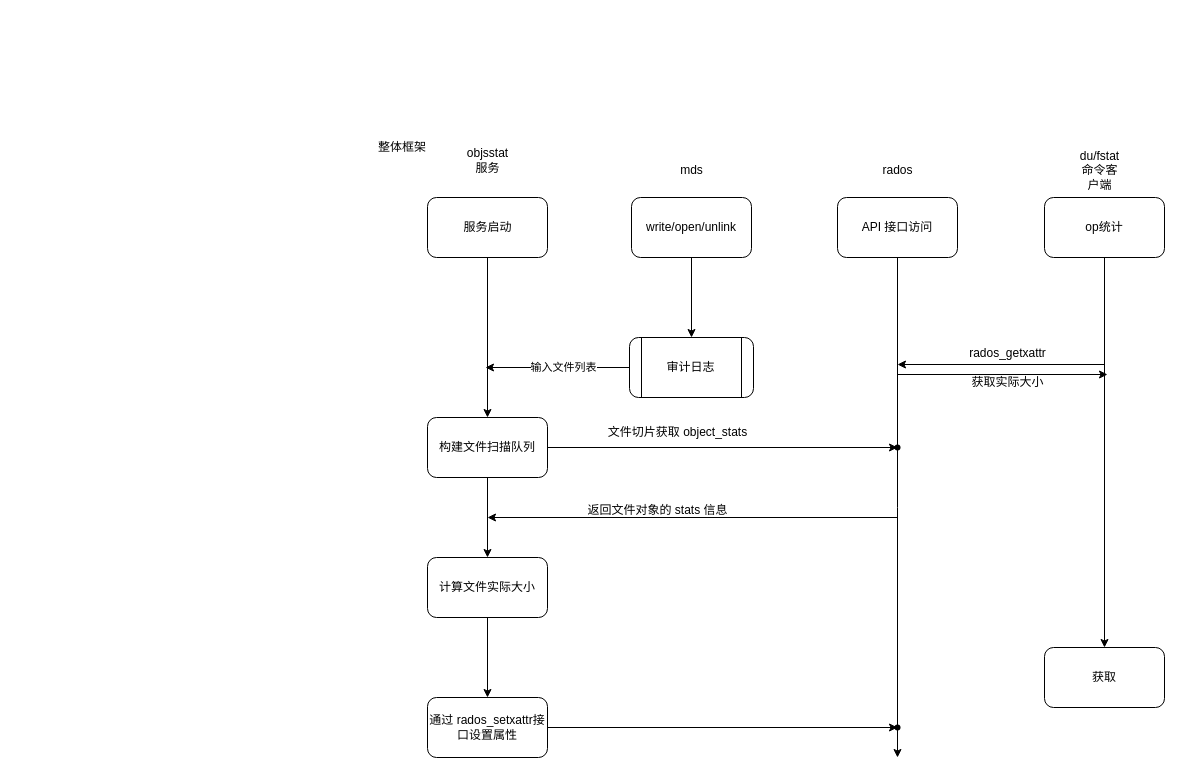
The draw.io diagram doc/cephfs/xishu.drawio in WeddySong/ceph, before the edit. Source tidied: cells renumbered, new cells numbered last; positions are measured from the earlier drawing's top-left corner, leaving out a move shared by most shapes. Both pictures are drawn from the tidied source at 100%, with x=0, y=0 at pixel (367, 127).
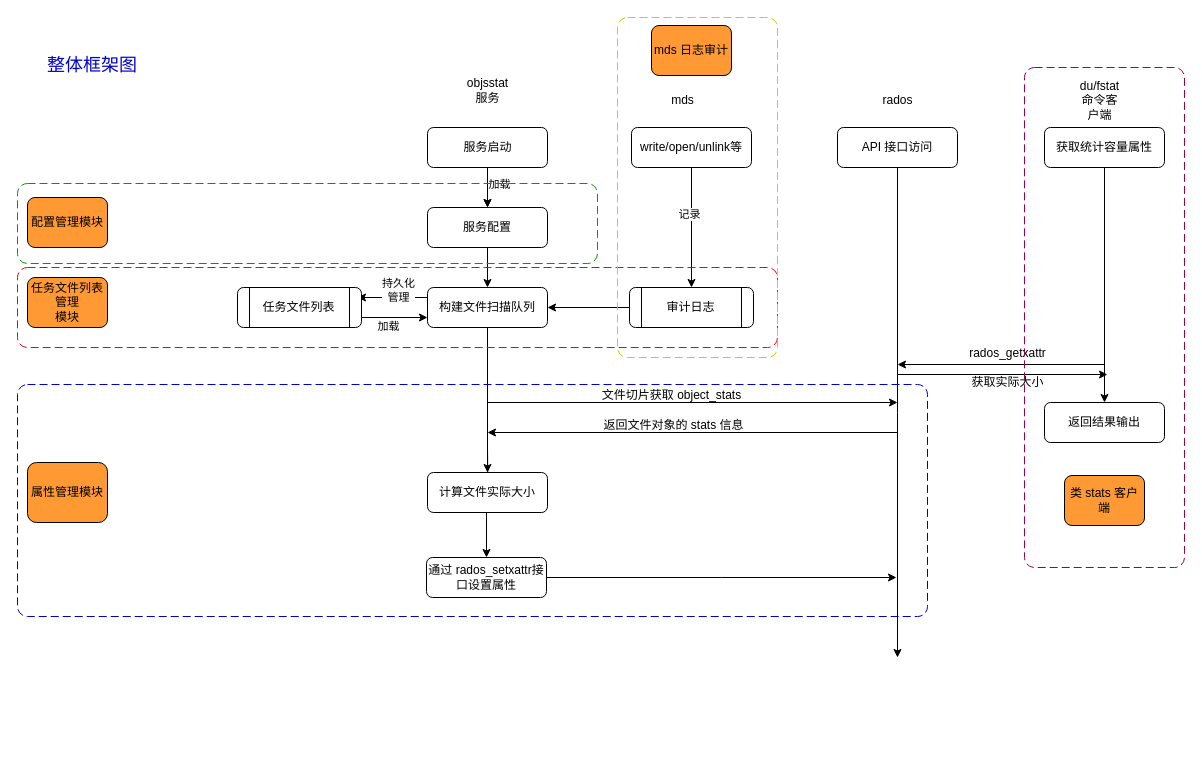
The same page after the edit.

Unchanged cells that the change refers to:
```xml
<mxCell id="7" style="edgeStyle=orthogonalEdgeStyle;rounded=0;jettySize=auto;html=1;" parent="1" edge="1" source="8" target="13">
  <mxGeometry relative="1" as="geometry" />
</mxCell>
```

What changed in the source:
```diff
@@
-    <mxCell id="3" value="op统计" style="rounded=1;whiteSpace=wrap;html=1;" parent="1" vertex="1">
-      <mxGeometry x="677" y="70" width="120" height="60" as="geometry" />
+    <mxCell id="3" value="获取统计容量属性" style="rounded=1;whiteSpace=wrap;html=1;" parent="1" vertex="1">
+      <mxGeometry x="677" width="120" height="40" as="geometry" />
     </mxCell>
-    <mxCell id="4" value="整体框架" style="text;html=1;align=center;verticalAlign=middle;whiteSpace=wrap;rounded=0;" parent="1" vertex="1">
-      <mxGeometry width="70" height="40" as="geometry" />
+    <mxCell id="4" value="&lt;font color=&quot;#0000cc&quot; style=&quot;font-size: 18px;&quot;&gt;整体框架图&lt;/font&gt;" style="text;html=1;align=center;verticalAlign=middle;whiteSpace=wrap;rounded=0;" parent="1" vertex="1">
+      <mxGeometry x="-350" y="-82" width="150" height="40" as="geometry" />
     </mxCell>
     <mxCell id="5" style="edgeStyle=orthogonalEdgeStyle;rounded=0;jettySize=auto;html=1;" parent="1" edge="1" source="6">
       <mxGeometry relative="1" as="geometry">
-        <mxPoint x="530" y="630" as="targetPoint" />
+        <mxPoint x="530" y="530" as="targetPoint" />
       </mxGeometry>
     </mxCell>
     <mxCell id="6" value="API 接口访问" style="rounded=1;whiteSpace=wrap;html=1;" parent="1" vertex="1">
-      <mxGeometry x="470" y="70" width="120" height="60" as="geometry" />
+      <mxGeometry x="470" width="120" height="40" as="geometry" />
     </mxCell>
@@
+    <mxCell id="35" value="记录" style="edgeLabel;html=1;align=center;verticalAlign=middle;" parent="7" vertex="1">
+      <mxGeometry x="-0.23" y="-3" relative="1" as="geometry" />
+    </mxCell>
-    <mxCell id="8" value="write/open/unlink" style="rounded=1;whiteSpace=wrap;html=1;" parent="1" vertex="1">
-      <mxGeometry x="264" y="70" width="120" height="60" as="geometry" />
+    <mxCell id="8" value="write/open/unlink等" style="rounded=1;whiteSpace=wrap;html=1;" parent="1" vertex="1">
+      <mxGeometry x="264" width="120" height="40" as="geometry" />
     </mxCell>
-    <mxCell id="9" style="edgeStyle=orthogonalEdgeStyle;rounded=0;jettySize=auto;html=1;" parent="1" edge="1" source="10" target="16">
+    <mxCell id="9" style="edgeStyle=orthogonalEdgeStyle;rounded=0;jettySize=auto;html=1;" parent="1" edge="1" source="46" target="16">
       <mxGeometry relative="1" as="geometry" />
     </mxCell>
+    <mxCell id="36" style="edgeStyle=orthogonalEdgeStyle;rounded=0;jettySize=auto;html=1;" parent="1" edge="1" source="10" target="46">
+      <mxGeometry relative="1" as="geometry" />
+    </mxCell>
+    <mxCell id="37" value="加载" style="edgeLabel;html=1;align=center;verticalAlign=middle;" parent="36" vertex="1">
+      <mxGeometry x="-0.3" y="4" relative="1" as="geometry">
+        <mxPoint x="7" y="2" as="offset" />
+      </mxGeometry>
+    </mxCell>
     <mxCell id="10" style="rounded=1;whiteSpace=wrap;html=1;" parent="1" vertex="1">
-      <mxGeometry x="60" y="70" width="120" height="60" as="geometry" />
+      <mxGeometry x="60" width="120" height="40" as="geometry" />
     </mxCell>
-    <mxCell id="11" style="edgeStyle=orthogonalEdgeStyle;rounded=0;jettySize=auto;html=1;" parent="1" edge="1" source="13">
-      <mxGeometry relative="1" as="geometry">
-        <mxPoint x="118" y="240" as="targetPoint" />
-      </mxGeometry>
-    </mxCell>
-    <mxCell id="12" value="输入文件列表" style="edgeLabel;html=1;align=center;verticalAlign=middle;" parent="11" vertex="1">
-      <mxGeometry x="-0.07" y="-1" relative="1" as="geometry" />
-    </mxCell>
+    <mxCell id="38" style="edgeStyle=orthogonalEdgeStyle;rounded=0;jettySize=auto;html=1;" parent="1" edge="1" source="13" target="16">
+      <mxGeometry relative="1" as="geometry" />
+    </mxCell>
     <mxCell id="13" value="审计日志" style="shape=process;whiteSpace=wrap;html=1;backgroundOutline=1;rounded=1;" parent="1" vertex="1">
-      <mxGeometry x="262" y="210" width="124" height="60" as="geometry" />
+      <mxGeometry x="262" y="160" width="124" height="40" as="geometry" />
     </mxCell>
-    <mxCell id="14" style="edgeStyle=orthogonalEdgeStyle;rounded=0;jettySize=auto;html=1;" parent="1" edge="1" source="16" target="18">
-      <mxGeometry relative="1" as="geometry" />
-    </mxCell>
-    <mxCell id="15" style="edgeStyle=orthogonalEdgeStyle;rounded=0;jettySize=auto;html=1;" parent="1" edge="1" source="16" target="21">
+    <mxCell id="15" style="edgeStyle=orthogonalEdgeStyle;rounded=0;jettySize=auto;html=1;entryX=0.5;entryY=0;entryDx=0;entryDy=0;" parent="1" edge="1" source="16" target="21">
       <mxGeometry relative="1" as="geometry" />
     </mxCell>
     <mxCell id="16" value="构建文件扫描队列" style="whiteSpace=wrap;html=1;rounded=1;" parent="1" vertex="1">
-      <mxGeometry x="60" y="290" width="120" height="60" as="geometry" />
+      <mxGeometry x="60" y="160" width="120" height="40" as="geometry" />
     </mxCell>
     <mxCell id="17" value="服务启动" style="text;html=1;align=center;verticalAlign=middle;strokeColor=none;fillColor=none;" parent="1" vertex="1">
-      <mxGeometry x="85" y="85" width="70" height="30" as="geometry" />
+      <mxGeometry x="85" y="5" width="70" height="30" as="geometry" />
     </mxCell>
-    <mxCell id="18" style="shape=waypoint;sketch=0;size=6;points=[];fillColor=default;perimeter=centerPerimeter;snapToPoint=1;rounded=1;" parent="1" vertex="1">
-      <mxGeometry x="520" y="310" width="20" height="20" as="geometry" />
-    </mxCell>
     <mxCell id="19" value="文件切片获取 object_stats" style="text;html=1;align=center;verticalAlign=middle;strokeColor=none;fillColor=none;" parent="1" vertex="1">
-      <mxGeometry x="230" y="290" width="160" height="30" as="geometry" />
+      <mxGeometry x="224" y="253" width="160" height="30" as="geometry" />
     </mxCell>
-    <mxCell id="20" style="edgeStyle=orthogonalEdgeStyle;rounded=0;jettySize=auto;html=1;" parent="1" edge="1" source="21" target="25">
-      <mxGeometry relative="1" as="geometry" />
+    <mxCell id="20" style="edgeStyle=orthogonalEdgeStyle;rounded=0;jettySize=auto;html=1;" parent="1" edge="1" target="25">
+      <mxGeometry relative="1" as="geometry">
+        <mxPoint x="120" y="320" as="sourcePoint" />
+      </mxGeometry>
     </mxCell>
     <mxCell id="21" value="计算文件实际大小" style="whiteSpace=wrap;html=1;rounded=1;" parent="1" vertex="1">
-      <mxGeometry x="60" y="430" width="120" height="60" as="geometry" />
+      <mxGeometry x="60" y="345" width="120" height="40" as="geometry" />
     </mxCell>
     <mxCell id="22" style="endArrow=classic;html=1;rounded=0;" parent="1" edge="1">
       <mxGeometry relative="1" as="geometry">
-        <mxPoint x="530" y="390" as="sourcePoint" />
-        <mxPoint x="120" y="390" as="targetPoint" />
+        <mxPoint x="530" y="305" as="sourcePoint" />
+        <mxPoint x="120" y="305" as="targetPoint" />
       </mxGeometry>
     </mxCell>
     <mxCell id="23" value="返回文件对象的 stats 信息" style="text;html=1;align=center;verticalAlign=middle;strokeColor=none;fillColor=none;" parent="1" vertex="1">
-      <mxGeometry x="210" y="368" width="160" height="30" as="geometry" />
+      <mxGeometry x="226" y="283" width="160" height="30" as="geometry" />
     </mxCell>
-    <mxCell id="24" style="edgeStyle=orthogonalEdgeStyle;rounded=0;jettySize=auto;html=1;" parent="1" edge="1" source="25" target="26">
-      <mxGeometry relative="1" as="geometry" />
+    <mxCell id="24" style="edgeStyle=orthogonalEdgeStyle;rounded=0;jettySize=auto;html=1;" parent="1" edge="1" source="25">
+      <mxGeometry relative="1" as="geometry">
+        <mxPoint x="529" y="450" as="targetPoint" />
+      </mxGeometry>
     </mxCell>
     <mxCell id="25" value="通过 rados_setxattr接口设置属性" style="whiteSpace=wrap;html=1;rounded=1;" parent="1" vertex="1">
-      <mxGeometry x="60" y="570" width="120" height="60" as="geometry" />
+      <mxGeometry x="59" y="430" width="120" height="40" as="geometry" />
     </mxCell>
-    <mxCell id="26" style="shape=waypoint;sketch=0;size=6;points=[];fillColor=default;perimeter=centerPerimeter;snapToPoint=1;rounded=1;" parent="1" vertex="1">
-      <mxGeometry x="520" y="590" width="20" height="20" as="geometry" />
-    </mxCell>
-    <mxCell id="27" value="获取" style="whiteSpace=wrap;html=1;rounded=1;" parent="1" vertex="1">
-      <mxGeometry x="677" y="520" width="120" height="60" as="geometry" />
+    <mxCell id="27" value="返回结果输出" style="whiteSpace=wrap;html=1;rounded=1;" parent="1" vertex="1">
+      <mxGeometry x="677" y="275" width="120" height="40" as="geometry" />
     </mxCell>
     <mxCell id="28" value="&lt;span style=&quot;text-wrap-mode: wrap;&quot;&gt;objsstat服务&lt;/span&gt;" style="text;html=1;align=center;verticalAlign=middle;strokeColor=none;fillColor=none;" parent="1" vertex="1">
-      <mxGeometry x="75" y="18" width="90" height="30" as="geometry" />
+      <mxGeometry x="75" y="-52" width="90" height="30" as="geometry" />
     </mxCell>
-    <mxCell id="29" value="&lt;span style=&quot;text-wrap-mode: wrap;&quot;&gt;mds&lt;/span&gt;" style="text;html=1;align=center;verticalAlign=middle;strokeColor=none;fillColor=none;" parent="1" vertex="1">
-      <mxGeometry x="299" y="28" width="50" height="30" as="geometry" />
+    <mxCell id="29" value="&lt;span style=&quot;text-wrap-mode: wrap;&quot;&gt;mds&lt;/span&gt;" style="text;html=1;align=center;verticalAlign=middle;strokeColor=none;fillColor=none;fontSize=12;" parent="1" vertex="1">
+      <mxGeometry x="290" y="-42" width="50" height="30" as="geometry" />
     </mxCell>
     <mxCell id="30" value="&lt;span style=&quot;text-wrap-mode: wrap;&quot;&gt;rados&lt;/span&gt;" style="text;html=1;align=center;verticalAlign=middle;strokeColor=none;fillColor=none;" parent="1" vertex="1">
-      <mxGeometry x="505" y="28" width="50" height="30" as="geometry" />
+      <mxGeometry x="505" y="-42" width="50" height="30" as="geometry" />
     </mxCell>
     <mxCell id="31" value="&lt;span style=&quot;text-wrap-mode: wrap;&quot;&gt;du/fstat命令客户端&lt;/span&gt;" style="text;html=1;align=center;verticalAlign=middle;strokeColor=none;fillColor=none;" parent="1" vertex="1">
-      <mxGeometry x="672" y="28" width="120" height="30" as="geometry" />
+      <mxGeometry x="672" y="-42" width="120" height="30" as="geometry" />
     </mxCell>
@@
+    <mxCell id="39" style="edgeStyle=orthogonalEdgeStyle;rounded=0;jettySize=auto;html=1;exitX=0;exitY=0.25;exitDx=0;exitDy=0;entryX=1;entryY=0.25;entryDx=0;entryDy=0;" parent="1" edge="1" source="16">
+      <mxGeometry relative="1" as="geometry">
+        <mxPoint x="-10" y="170" as="targetPoint" />
+      </mxGeometry>
+    </mxCell>
+    <mxCell id="40" value="持久化&lt;div&gt;管理&lt;/div&gt;" style="edgeLabel;html=1;align=center;verticalAlign=middle;" parent="39" vertex="1">
+      <mxGeometry x="-0.12" y="-8" relative="1" as="geometry">
+        <mxPoint x="1" as="offset" />
+      </mxGeometry>
+    </mxCell>
+    <mxCell id="41" value="任务文件列表管理&lt;div&gt;模块&lt;/div&gt;" style="whiteSpace=wrap;html=1;rounded=1;fillColor=#FF9933;" parent="1" vertex="1">
+      <mxGeometry x="-340" y="150" width="80" height="50" as="geometry" />
+    </mxCell>
+    <mxCell id="42" style="endArrow=classic;html=1;rounded=0;entryX=0;entryY=0.75;entryDx=0;entryDy=0;exitX=1;exitY=0.75;exitDx=0;exitDy=0;" parent="1" edge="1" target="16">
+      <mxGeometry relative="1" as="geometry">
+        <mxPoint x="-10" y="190" as="sourcePoint" />
+      </mxGeometry>
+    </mxCell>
+    <mxCell id="43" value="加载" style="edgeLabel;html=1;align=center;verticalAlign=middle;" parent="42" vertex="1">
+      <mxGeometry x="0.5" y="-1" relative="1" as="geometry">
+        <mxPoint x="-23" y="7" as="offset" />
+      </mxGeometry>
+    </mxCell>
+    <mxCell id="44" value="配置管理模块" style="whiteSpace=wrap;html=1;rounded=1;fillColor=#FF9933;" parent="1" vertex="1">
+      <mxGeometry x="-340" y="70" width="80" height="50" as="geometry" />
+    </mxCell>
+    <mxCell id="45" style="edgeStyle=orthogonalEdgeStyle;rounded=0;jettySize=auto;html=1;" parent="1" edge="1" source="10" target="46">
+      <mxGeometry relative="1" as="geometry" />
+    </mxCell>
+    <mxCell id="46" value="服务配置" style="whiteSpace=wrap;html=1;rounded=1;" parent="1" vertex="1">
+      <mxGeometry x="60" y="80" width="120" height="40" as="geometry" />
+    </mxCell>
+    <mxCell id="47" value="任务文件列表" style="shape=process;whiteSpace=wrap;html=1;backgroundOutline=1;rounded=1;" parent="1" vertex="1">
+      <mxGeometry x="-130" y="160" width="124" height="40" as="geometry" />
+    </mxCell>
+    <mxCell id="48" style="rounded=1;fontSize=11;whiteSpace=wrap;html=1;dashed=1;arcSize=20;fillColor=none;strokeColor=#009900;fontColor=#333333;labelBackgroundColor=none;align=left;verticalAlign=bottom;labelBorderColor=none;spacingTop=0;spacing=10;dashPattern=8 4;perimeter=rectanglePerimeter;noLabel=0;labelPadding=0;absoluteArcSize=1;" parent="1" vertex="1">
+      <mxGeometry x="-350" y="56" width="580" height="80" as="geometry" />
+    </mxCell>
+    <mxCell id="49" style="rounded=1;fontSize=11;whiteSpace=wrap;html=1;dashed=1;arcSize=20;fillColor=none;strokeColor=#FF0000;fontColor=#333333;labelBackgroundColor=none;align=left;verticalAlign=bottom;labelBorderColor=none;spacingTop=0;spacing=10;dashPattern=8 4;perimeter=rectanglePerimeter;noLabel=0;labelPadding=0;absoluteArcSize=1;" parent="1" vertex="1">
+      <mxGeometry x="-350" y="140" width="760" height="80" as="geometry" />
+    </mxCell>
+    <mxCell id="50" style="rounded=1;fontSize=11;whiteSpace=wrap;html=1;dashed=1;arcSize=20;fillColor=none;strokeColor=#99004D;fontColor=#333333;labelBackgroundColor=none;align=left;verticalAlign=bottom;labelBorderColor=none;spacingTop=0;spacing=10;dashPattern=8 4;perimeter=rectanglePerimeter;noLabel=0;labelPadding=0;absoluteArcSize=1;" parent="1" vertex="1">
+      <mxGeometry x="657" y="-60" width="160" height="500" as="geometry" />
+    </mxCell>
+    <mxCell id="51" value="类 stats 客户端" style="whiteSpace=wrap;html=1;rounded=1;fillColor=#FF9933;" parent="1" vertex="1">
+      <mxGeometry x="697" y="348" width="80" height="50" as="geometry" />
+    </mxCell>
+    <mxCell id="52" style="edgeStyle=orthogonalEdgeStyle;rounded=0;orthogonalLoop=1;jettySize=auto;html=1;" parent="1" edge="1">
+      <mxGeometry relative="1" as="geometry">
+        <mxPoint x="120" y="275" as="sourcePoint" />
+        <mxPoint x="530" y="275" as="targetPoint" />
+      </mxGeometry>
+    </mxCell>
+    <mxCell id="53" style="rounded=1;fontSize=11;whiteSpace=wrap;html=1;dashed=1;arcSize=20;fillColor=none;strokeColor=#0000CC;fontColor=#333333;labelBackgroundColor=none;align=left;verticalAlign=bottom;labelBorderColor=none;spacingTop=0;spacing=10;dashPattern=8 4;perimeter=rectanglePerimeter;noLabel=0;labelPadding=0;absoluteArcSize=1;" parent="1" vertex="1">
+      <mxGeometry x="-350" y="257" width="910" height="232" as="geometry" />
+    </mxCell>
+    <mxCell id="54" value="属性管理模块" style="whiteSpace=wrap;html=1;rounded=1;fillColor=#FF9933;" parent="1" vertex="1">
+      <mxGeometry x="-340" y="335" width="80" height="60" as="geometry" />
+    </mxCell>
+    <mxCell id="55" style="rounded=1;fontSize=11;whiteSpace=wrap;html=1;dashed=1;arcSize=20;fillColor=none;strokeColor=#CCCC00;fontColor=#333333;labelBackgroundColor=none;align=left;verticalAlign=bottom;labelBorderColor=none;spacingTop=0;spacing=10;dashPattern=8 4;perimeter=rectanglePerimeter;noLabel=0;labelPadding=0;absoluteArcSize=1;" parent="1" vertex="1">
+      <mxGeometry x="250" y="-110" width="160" height="340" as="geometry" />
+    </mxCell>
+    <mxCell id="56" value="mds 日志审计" style="whiteSpace=wrap;html=1;rounded=1;fillColor=#FF9933;" parent="1" vertex="1">
+      <mxGeometry x="284" y="-102" width="80" height="50" as="geometry" />
+    </mxCell>
```
